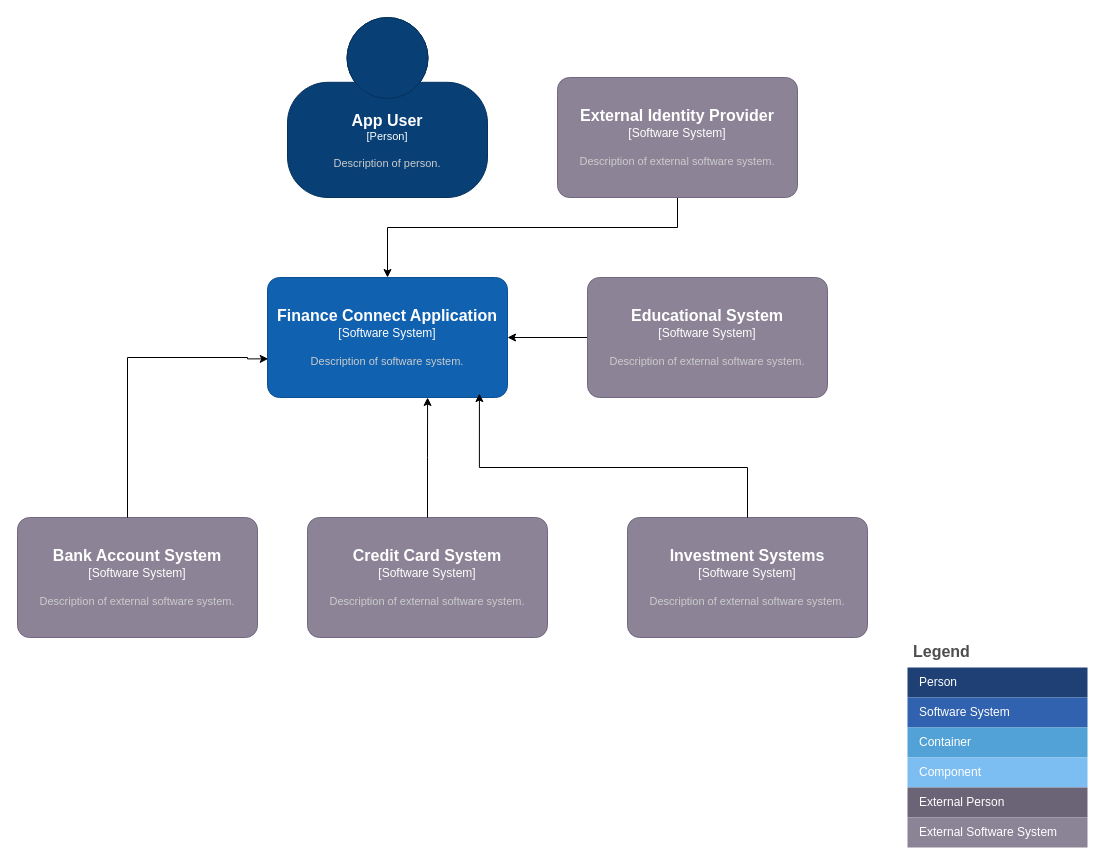
maheshmlpn/financeconnect keeps this draw.io diagram as page "Level-1-Context" (1 of 4) of FinanceConnectV1.drawio. Above is the earlier version. Source tidied: cells renumbered, new cells numbered last; positions are measured from the earlier drawing's top-left corner, leaving out a move shared by most shapes. Both pictures are drawn from the tidied source at 100%, with x=0, y=0 at pixel (17, 17).
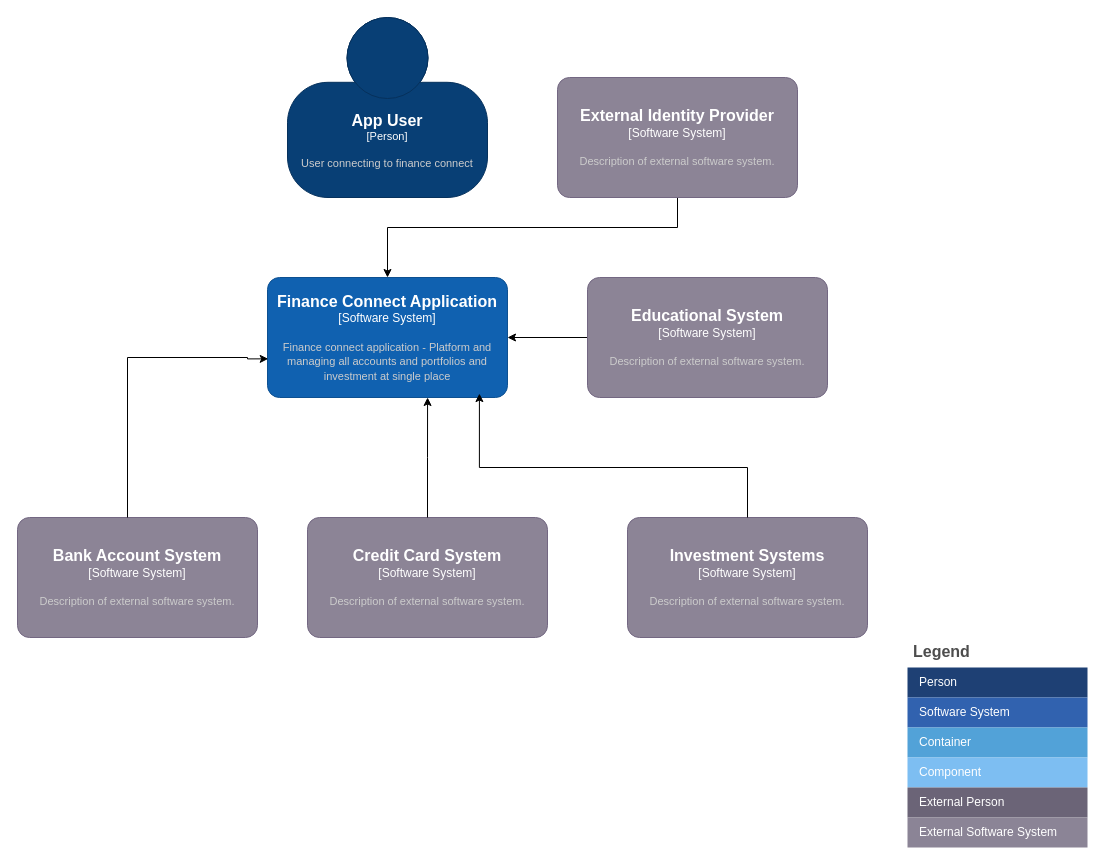
The same diagram, later.

Diff of the diagram source:
```diff
@@
-    <object id="2" label="&lt;font style=&quot;font-size: 16px&quot;&gt;&lt;b&gt;%c4Name%&lt;/b&gt;&lt;/font&gt;&lt;div&gt;[%c4Type%]&lt;/div&gt;&lt;br&gt;&lt;div&gt;&lt;font style=&quot;font-size: 11px&quot;&gt;&lt;font color=&quot;#cccccc&quot;&gt;%c4Description%&lt;/font&gt;&lt;/div&gt;" c4Description="Description of person." c4Name="App User" c4Type="Person" placeholders="1">
+    <object id="2" label="&lt;font style=&quot;font-size: 16px&quot;&gt;&lt;b&gt;%c4Name%&lt;/b&gt;&lt;/font&gt;&lt;div&gt;[%c4Type%]&lt;/div&gt;&lt;br&gt;&lt;div&gt;&lt;font style=&quot;font-size: 11px&quot;&gt;&lt;font color=&quot;#cccccc&quot;&gt;%c4Description%&lt;/font&gt;&lt;/div&gt;" c4Description="User connecting to finance connect" c4Name="App User" c4Type="Person" placeholders="1">
       <mxCell style="html=1;fontSize=11;dashed=0;whiteSpace=wrap;fillColor=#083F75;strokeColor=#06315C;fontColor=#ffffff;shape=mxgraph.c4.person2;align=center;" parent="1" vertex="1">
         <mxGeometry x="270" width="200" height="180" as="geometry" />
       </mxCell>
     </object>
@@
-    <object id="6" label="&lt;font style=&quot;font-size: 16px&quot;&gt;&lt;b&gt;%c4Name%&lt;/b&gt;&lt;/font&gt;&lt;div&gt;[%c4Type%]&lt;/div&gt;&lt;br&gt;&lt;div&gt;&lt;font style=&quot;font-size: 11px&quot;&gt;&lt;font color=&quot;#cccccc&quot;&gt;%c4Description%&lt;/font&gt;&lt;/div&gt;" c4Description="Description of software system." c4Name="Finance Connect Application" c4Type="Software System" placeholders="1">
+    <object id="6" label="&lt;font style=&quot;font-size: 16px&quot;&gt;&lt;b&gt;%c4Name%&lt;/b&gt;&lt;/font&gt;&lt;div&gt;[%c4Type%]&lt;/div&gt;&lt;br&gt;&lt;div&gt;&lt;font style=&quot;font-size: 11px&quot;&gt;&lt;font color=&quot;#cccccc&quot;&gt;%c4Description%&lt;/font&gt;&lt;/div&gt;" c4Description="Finance connect application - Platform and managing all accounts and portfolios and investment at single place" c4Name="Finance Connect Application" c4Type="Software System" placeholders="1">
       <mxCell style="rounded=1;whiteSpace=wrap;html=1;labelBackgroundColor=none;fillColor=#1061B0;fontColor=#ffffff;align=center;arcSize=10;strokeColor=#0D5091;points=[[0.25,0,0],[0.5,0,0],[0.75,0,0],[1,0.25,0],[1,0.5,0],[1,0.75,0],[0.75,1,0],[0.5,1,0],[0.25,1,0],[0,0.75,0],[0,0.5,0],[0,0.25,0]];" parent="1" vertex="1">
         <mxGeometry x="250" y="260" width="240" height="120" as="geometry" />
       </mxCell>
     </object>
```
